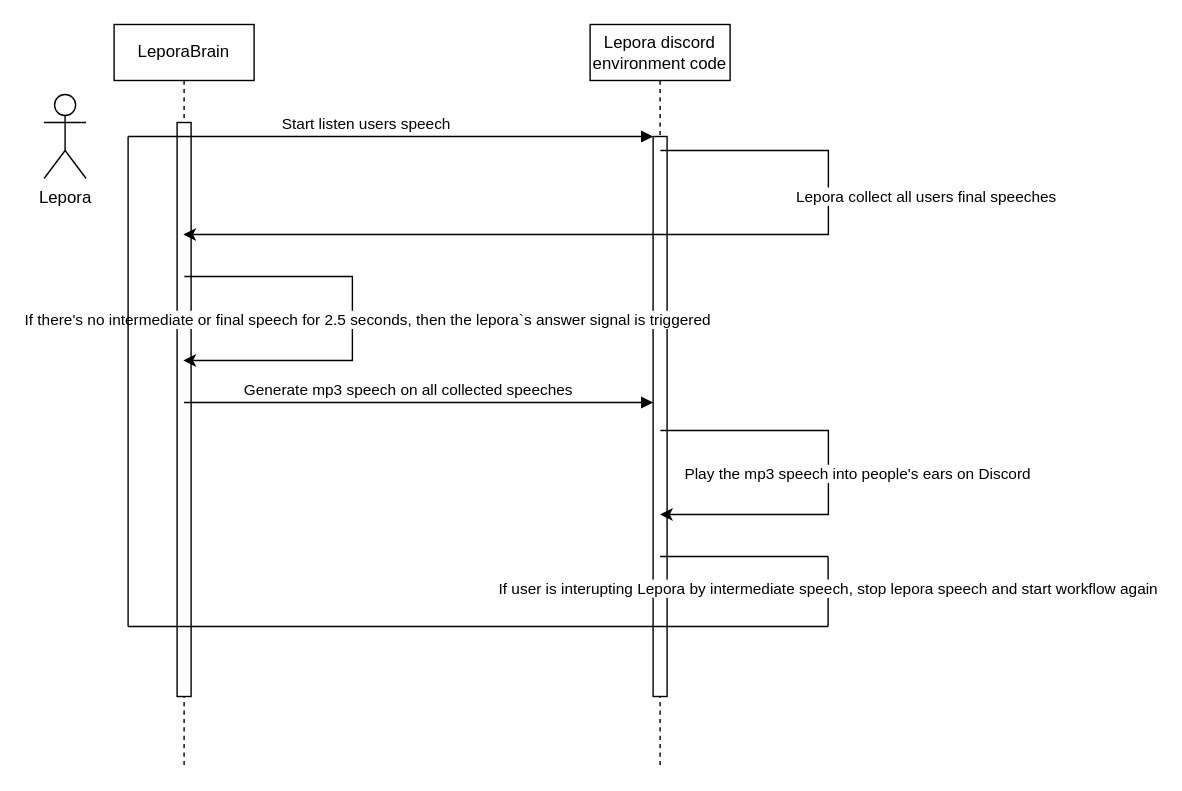
Before: SttWorkflow.drawio in danilt2000/LeporaAI, a draw.io diagram. Source tidied: cells renumbered, new cells numbered last; positions are measured from the earlier drawing's top-left corner, leaving out a move shared by most shapes. Both pictures are drawn from the tidied source at 140%, with x=0, y=0 at pixel (43, 24).
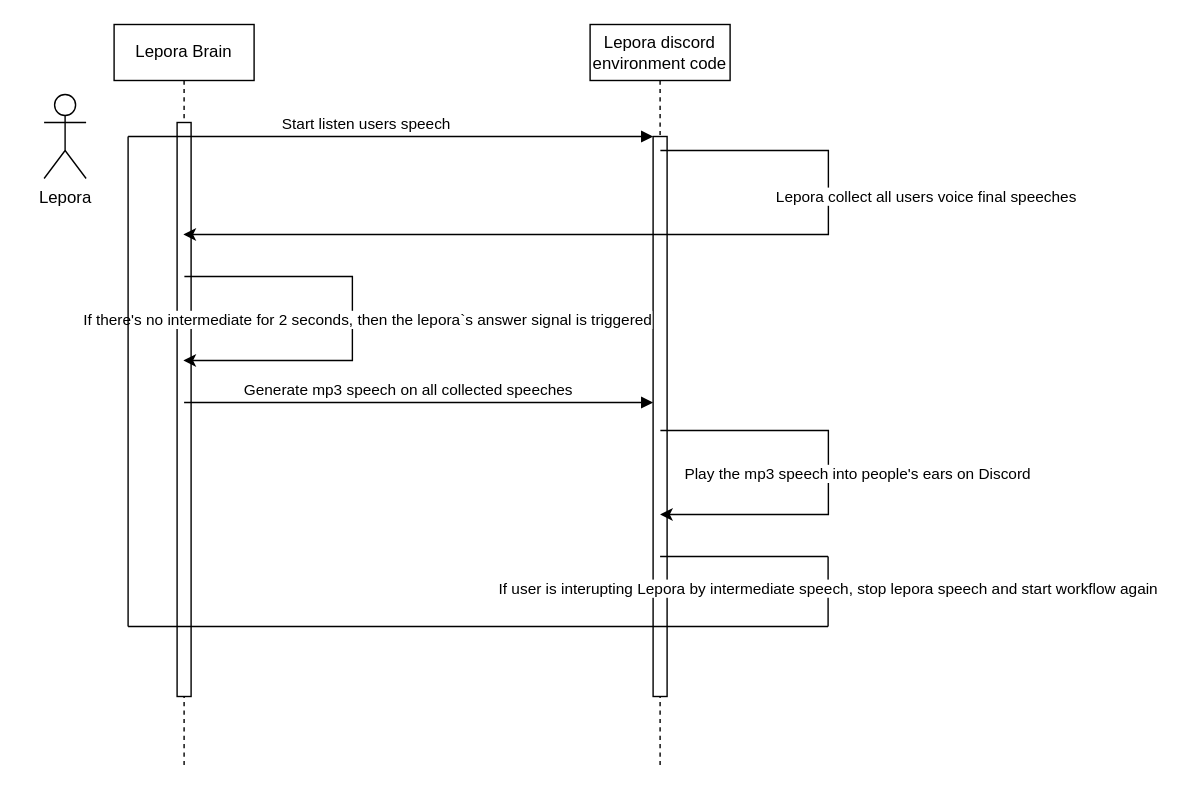
The same diagram, later.

The change refers to these unchanged cells:
```xml
<mxCell id="8" style="endArrow=classic;html=1;rounded=0;" parent="1" edge="1" target="2">
  <mxGeometry relative="1" as="geometry">
    <mxPoint x="440.2" y="90" as="sourcePoint" />
    <Array as="points">
      <mxPoint x="560.2" y="90" />
      <mxPoint x="560.2" y="150" />
      <mxPoint x="500.2" y="150" />
    </Array>
  </mxGeometry>
</mxCell>
<mxCell id="10" style="endArrow=classic;html=1;rounded=0;" parent="1" edge="1" target="2">
  <mxGeometry relative="1" as="geometry">
    <mxPoint x="100.2" y="180" as="sourcePoint" />
    <Array as="points">
      <mxPoint x="220.2" y="180" />
      <mxPoint x="220.2" y="240" />
      <mxPoint x="160.2" y="240" />
    </Array>
  </mxGeometry>
</mxCell>
```

Diff of the diagram source:
```diff
@@
-    <mxCell id="2" value="LeporaBrain" style="shape=umlLifeline;perimeter=lifelinePerimeter;whiteSpace=wrap;html=1;outlineConnect=0;portConstraint=eastwest;newEdgeStyle={&quot;edgeStyle&quot;:&quot;elbowEdgeStyle&quot;,&quot;elbow&quot;:&quot;vertical&quot;,&quot;curved&quot;:0,&quot;rounded&quot;:0};" parent="1" vertex="1">
+    <mxCell id="2" value="Lepora Brain" style="shape=umlLifeline;perimeter=lifelinePerimeter;whiteSpace=wrap;html=1;outlineConnect=0;portConstraint=eastwest;newEdgeStyle={&quot;edgeStyle&quot;:&quot;elbowEdgeStyle&quot;,&quot;elbow&quot;:&quot;vertical&quot;,&quot;curved&quot;:0,&quot;rounded&quot;:0};" parent="1" vertex="1">
       <mxGeometry x="50" width="100" height="530" as="geometry" />
     </mxCell>
@@
-    <mxCell id="9" value="Lepora collect all users final speeches" style="edgeLabel;html=1;align=center;verticalAlign=middle;" parent="8" vertex="1">
+    <mxCell id="9" value="Lepora collect all users voice final speeches" style="edgeLabel;html=1;align=center;verticalAlign=middle;" parent="8" vertex="1">
       <mxGeometry x="-0.61" y="-2" relative="1" as="geometry">
         <mxPoint x="71" y="28" as="offset" />
       </mxGeometry>
     </mxCell>
@@
-    <mxCell id="11" value="If there's no intermediate or final speech&amp;nbsp;for 2.5 seconds, then the lepora`s answer signal is triggered" style="edgeLabel;html=1;align=center;verticalAlign=middle;" parent="10" vertex="1">
+    <mxCell id="11" value="If there's no intermediate for 2 seconds, then the lepora`s answer signal is triggered" style="edgeLabel;html=1;align=center;verticalAlign=middle;" parent="10" vertex="1">
       <mxGeometry x="-0.61" y="-2" relative="1" as="geometry">
         <mxPoint x="71" y="28" as="offset" />
       </mxGeometry>
     </mxCell>
```
